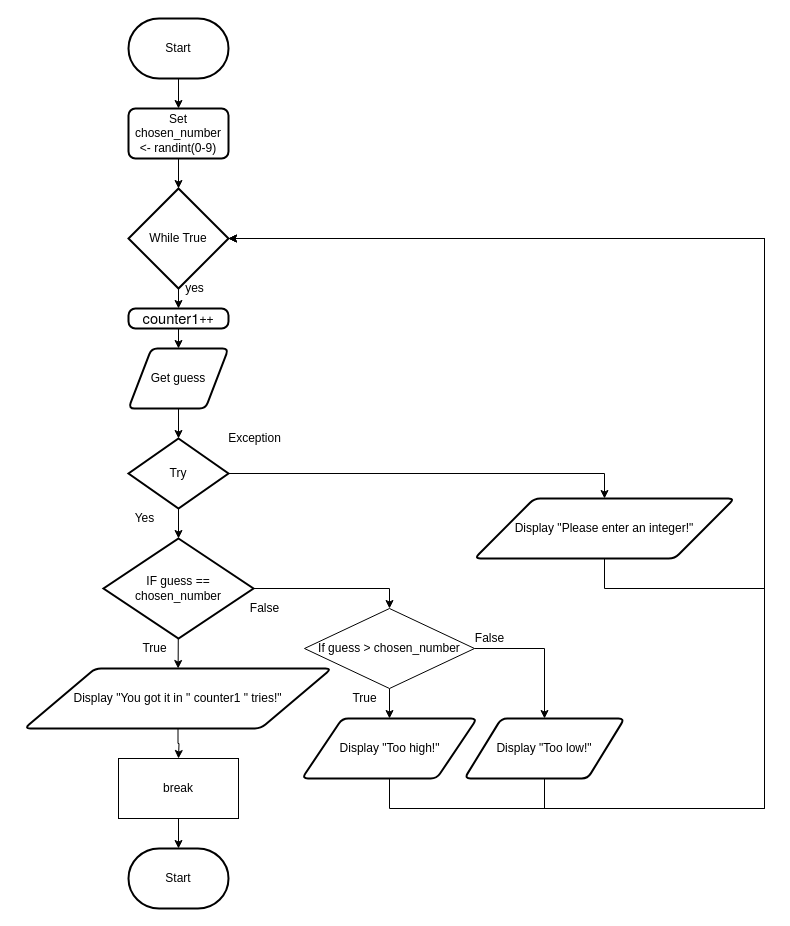
Above: page "Flowchart" (1 of 2) of design.drawio in Samuel-Webster-178/ICS3U-Unit4-Unit4-04-Python (draw.io), before the change. Source tidied: cells renumbered, new cells numbered last; positions are measured from the earlier drawing's top-left corner, leaving out a move shared by most shapes. Both pictures are drawn from the tidied source at 100%, with x=0, y=0 at pixel (24, 18).
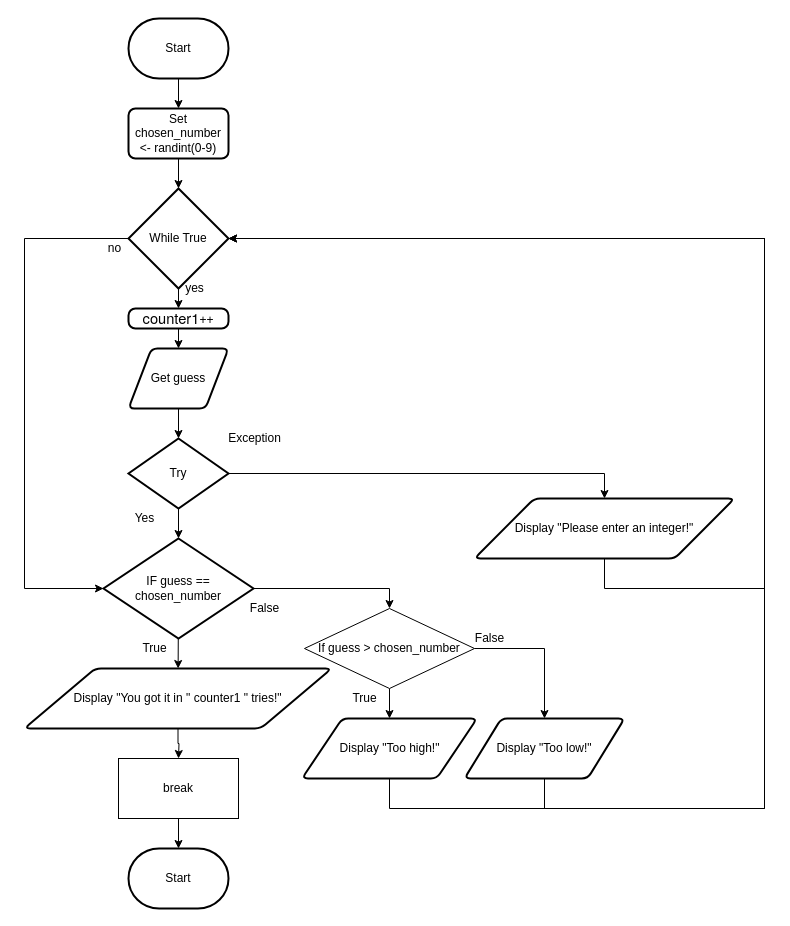
The same diagram, later.

The change refers to these unchanged cells:
```xml
<mxCell id="10" value="IF guess == chosen_number" style="strokeWidth=2;html=1;shape=mxgraph.flowchart.decision;whiteSpace=wrap;" parent="1" vertex="1">
  <mxGeometry x="79" y="520" width="150" height="100" as="geometry" />
</mxCell>
<mxCell id="22" value="While True" style="strokeWidth=2;html=1;shape=mxgraph.flowchart.decision;whiteSpace=wrap;" parent="1" vertex="1">
  <mxGeometry x="104" y="170" width="100" height="100" as="geometry" />
</mxCell>
```

Change to the diagram source:
```diff
@@
+    <mxCell id="40" style="edgeStyle=orthogonalEdgeStyle;html=1;entryX=0;entryY=0.5;entryDx=0;entryDy=0;entryPerimeter=0;rounded=0;" parent="1" edge="1" source="22" target="10">
+      <mxGeometry relative="1" as="geometry">
+        <Array as="points">
+          <mxPoint y="220" />
+          <mxPoint y="570" />
+        </Array>
+      </mxGeometry>
+    </mxCell>
@@
+    <mxCell id="41" value="no" style="text;html=1;align=center;verticalAlign=middle;strokeColor=none;fillColor=none;" parent="1" vertex="1">
+      <mxGeometry x="75" y="220" width="30" height="20" as="geometry" />
+    </mxCell>
```
